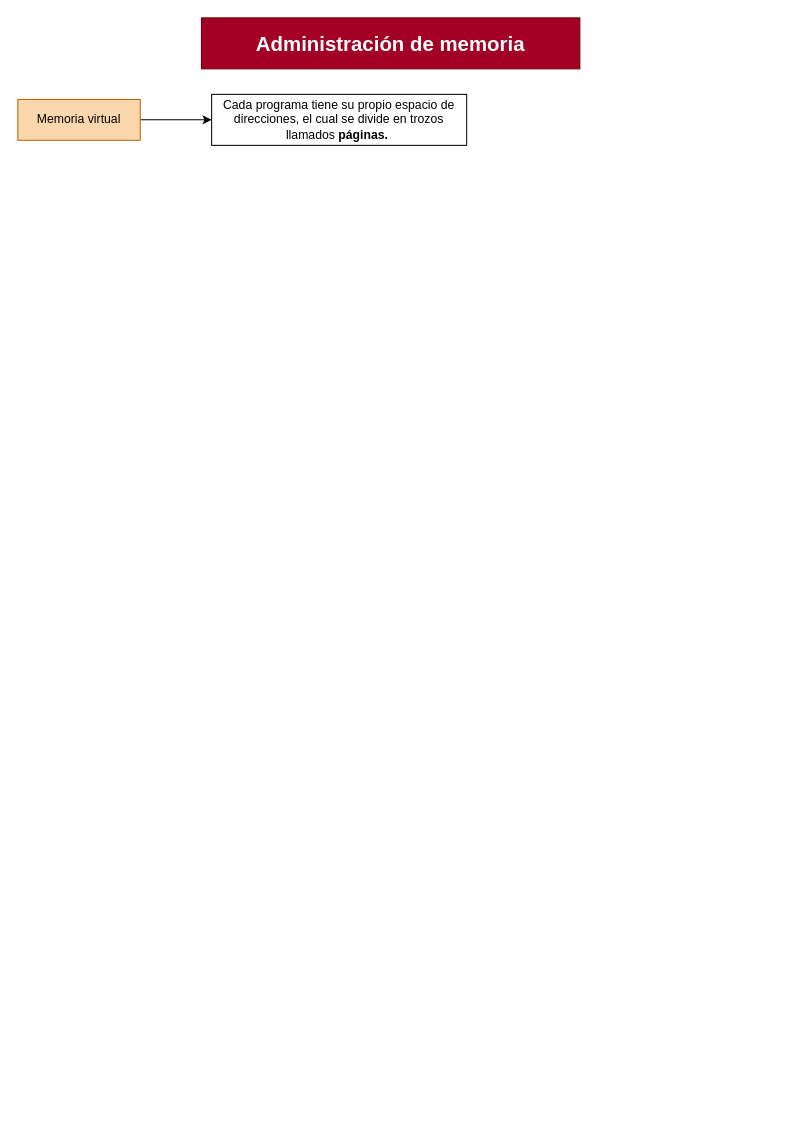
Before: page "Página-1" (1 of 2) of Sistemas Operativos 1/Clase 5 - Administración de memoria.drawio in RMSabrina/Apuntes-Universitarios, a draw.io diagram. Source tidied: cells renumbered, new cells numbered last; positions are measured from the earlier drawing's top-left corner, leaving out a move shared by most shapes. Both pictures are drawn from the tidied source at 102%, with x=0, y=0 at pixel (17, 17).
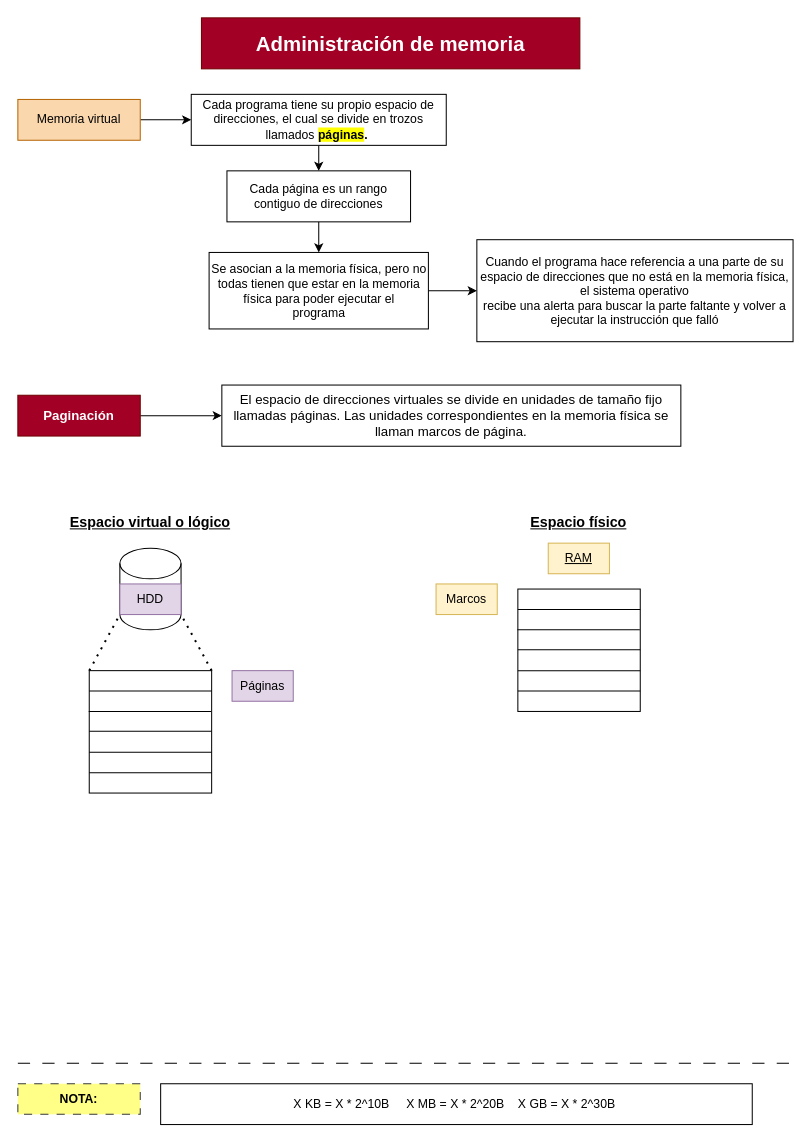
Above is the later version.

The edit, as a diff of the source:
```diff
@@
+    <mxCell id="6" style="edgeStyle=orthogonalEdgeStyle;rounded=0;jettySize=auto;html=1;exitX=0.5;exitY=1;exitDx=0;exitDy=0;" parent="1" edge="1" source="5" target="9">
+      <mxGeometry relative="1" as="geometry" />
+    </mxCell>
-    <mxCell id="5" value="Cada programa tiene su propio espacio de direcciones, el cual se divide en trozos llamados &lt;b&gt;páginas.&lt;/b&gt;&amp;nbsp;" style="rounded=0;whiteSpace=wrap;html=1;" parent="1" vertex="1">
-      <mxGeometry x="190" y="75" width="250" height="50" as="geometry" />
+    <mxCell id="5" value="Cada programa tiene su propio espacio de direcciones, el cual se divide en trozos llamados &lt;b&gt;&lt;span style=&quot;background-color: rgb(255, 255, 0);&quot;&gt;páginas&lt;/span&gt;.&lt;/b&gt;&amp;nbsp;" style="rounded=0;whiteSpace=wrap;html=1;" parent="1" vertex="1">
+      <mxGeometry x="170" y="75" width="250" height="50" as="geometry" />
     </mxCell>
+    <mxCell id="7" value="Cuando el programa hace referencia a una parte de su espacio de direcciones que &lt;span class=&quot;fontstyle2&quot;&gt;no &lt;/span&gt;&lt;span class=&quot;fontstyle0&quot;&gt;está en la memoria física, el sistema operativo&lt;br&gt;recibe una alerta para buscar la parte faltante y volver a ejecutar la instrucción que falló&lt;/span&gt; &lt;br/&gt;" style="rounded=0;whiteSpace=wrap;html=1;" parent="1" vertex="1">
+      <mxGeometry x="450" y="217.5" width="310" height="100" as="geometry" />
+    </mxCell>
+    <mxCell id="8" style="edgeStyle=orthogonalEdgeStyle;rounded=0;jettySize=auto;html=1;exitX=0.5;exitY=1;exitDx=0;exitDy=0;" parent="1" edge="1" source="9" target="11">
+      <mxGeometry relative="1" as="geometry" />
+    </mxCell>
+    <mxCell id="9" value="Cada página es un rango contiguo de direcciones &lt;br/&gt;" style="rounded=0;whiteSpace=wrap;html=1;" parent="1" vertex="1">
+      <mxGeometry x="205" y="150" width="180" height="50" as="geometry" />
+    </mxCell>
+    <mxCell id="10" style="edgeStyle=orthogonalEdgeStyle;rounded=0;jettySize=auto;html=1;exitX=1;exitY=0.5;exitDx=0;exitDy=0;entryX=0;entryY=0.5;entryDx=0;entryDy=0;" parent="1" edge="1" source="11" target="7">
+      <mxGeometry relative="1" as="geometry" />
+    </mxCell>
+    <mxCell id="11" value="Se asocian a la memoria física, pero no todas tienen que estar en la memoria física para poder ejecutar el&lt;br&gt;programa " style="rounded=0;whiteSpace=wrap;html=1;" parent="1" vertex="1">
+      <mxGeometry x="187.5" y="230" width="215" height="75" as="geometry" />
+    </mxCell>
+    <mxCell id="12" style="edgeStyle=orthogonalEdgeStyle;rounded=0;jettySize=auto;html=1;exitX=1;exitY=0.5;exitDx=0;exitDy=0;" parent="1" edge="1" source="13" target="14">
+      <mxGeometry relative="1" as="geometry" />
+    </mxCell>
+    <mxCell id="13" value="Paginación" style="rounded=0;whiteSpace=wrap;html=1;fillColor=#a20025;fontColor=#ffffff;strokeColor=#6F0000;fontSize=13;fontStyle=1;" parent="1" vertex="1">
+      <mxGeometry y="370" width="120" height="40" as="geometry" />
+    </mxCell>
+    <mxCell id="14" value="&lt;span style=&quot;font-weight: normal;&quot;&gt;El espacio de direcciones virtuales se divide en unidades de tamaño fijo llamadas páginas. Las unidades correspondientes en la memoria física se llaman marcos de página.&lt;/span&gt;" style="rounded=0;whiteSpace=wrap;html=1;fontSize=13;fontStyle=1;" parent="1" vertex="1">
+      <mxGeometry x="200" y="360" width="450" height="60" as="geometry" />
+    </mxCell>
+    <mxCell id="15" style="shape=cylinder3;whiteSpace=wrap;html=1;boundedLbl=1;backgroundOutline=1;size=15;" parent="1" vertex="1">
+      <mxGeometry x="100" y="520" width="60" height="80" as="geometry" />
+    </mxCell>
+    <mxCell id="16" style="endArrow=none;dashed=1;html=1;dashPattern=1 3;strokeWidth=2;rounded=0;" parent="1" edge="1">
+      <mxGeometry relative="1" as="geometry">
+        <mxPoint x="70" y="640" as="sourcePoint" />
+        <mxPoint x="100" y="585" as="targetPoint" />
+      </mxGeometry>
+    </mxCell>
+    <mxCell id="17" style="endArrow=none;dashed=1;html=1;dashPattern=1 3;strokeWidth=2;rounded=0;" parent="1" edge="1">
+      <mxGeometry relative="1" as="geometry">
+        <mxPoint x="190" y="640" as="sourcePoint" />
+        <mxPoint x="160" y="585" as="targetPoint" />
+      </mxGeometry>
+    </mxCell>
+    <mxCell id="18" style="whiteSpace=wrap;html=1;" parent="1" vertex="1">
+      <mxGeometry x="70" y="640" width="120" height="120" as="geometry" />
+    </mxCell>
+    <mxCell id="19" style="endArrow=none;html=1;rounded=0;" parent="1" edge="1">
+      <mxGeometry relative="1" as="geometry">
+        <mxPoint x="70" y="660" as="sourcePoint" />
+        <mxPoint x="190" y="660" as="targetPoint" />
+      </mxGeometry>
+    </mxCell>
+    <mxCell id="20" style="endArrow=none;html=1;rounded=0;" parent="1" edge="1">
+      <mxGeometry relative="1" as="geometry">
+        <mxPoint x="69.5" y="680" as="sourcePoint" />
+        <mxPoint x="189.5" y="680" as="targetPoint" />
+      </mxGeometry>
+    </mxCell>
+    <mxCell id="21" style="endArrow=none;html=1;rounded=0;" parent="1" edge="1">
+      <mxGeometry relative="1" as="geometry">
+        <mxPoint x="70" y="699.5" as="sourcePoint" />
+        <mxPoint x="190" y="699.5" as="targetPoint" />
+      </mxGeometry>
+    </mxCell>
+    <mxCell id="22" style="endArrow=none;html=1;rounded=0;" parent="1" edge="1">
+      <mxGeometry relative="1" as="geometry">
+        <mxPoint x="70" y="720" as="sourcePoint" />
+        <mxPoint x="190" y="720" as="targetPoint" />
+      </mxGeometry>
+    </mxCell>
+    <mxCell id="23" style="endArrow=none;html=1;rounded=0;" parent="1" edge="1">
+      <mxGeometry relative="1" as="geometry">
+        <mxPoint x="70" y="740" as="sourcePoint" />
+        <mxPoint x="190" y="740" as="targetPoint" />
+      </mxGeometry>
+    </mxCell>
+    <mxCell id="24" value="HDD" style="text;html=1;strokeColor=#9673a6;fillColor=#e1d5e7;align=center;verticalAlign=middle;whiteSpace=wrap;rounded=0;" parent="1" vertex="1">
+      <mxGeometry x="100" y="555" width="60" height="30" as="geometry" />
+    </mxCell>
+    <mxCell id="25" value="Espacio virtual o lógico" style="text;html=1;strokeColor=none;fillColor=none;align=center;verticalAlign=middle;whiteSpace=wrap;rounded=0;fontSize=14;fontStyle=5;" parent="1" vertex="1">
+      <mxGeometry x="50" y="480" width="160" height="30" as="geometry" />
+    </mxCell>
+    <mxCell id="26" value="Espacio físico" style="text;html=1;strokeColor=none;fillColor=none;align=center;verticalAlign=middle;whiteSpace=wrap;rounded=0;fontSize=14;fontStyle=5;" parent="1" vertex="1">
+      <mxGeometry x="470" y="480" width="160" height="30" as="geometry" />
+    </mxCell>
+    <mxCell id="27" style="whiteSpace=wrap;html=1;" parent="1" vertex="1">
+      <mxGeometry x="490.2" y="560" width="120" height="120" as="geometry" />
+    </mxCell>
+    <mxCell id="28" style="endArrow=none;html=1;rounded=0;" parent="1" edge="1">
+      <mxGeometry relative="1" as="geometry">
+        <mxPoint x="490.2" y="580" as="sourcePoint" />
+        <mxPoint x="610.2" y="580" as="targetPoint" />
+      </mxGeometry>
+    </mxCell>
+    <mxCell id="29" style="endArrow=none;html=1;rounded=0;" parent="1" edge="1">
+      <mxGeometry relative="1" as="geometry">
+        <mxPoint x="489.8" y="600" as="sourcePoint" />
+        <mxPoint x="609.8" y="600" as="targetPoint" />
+      </mxGeometry>
+    </mxCell>
+    <mxCell id="30" style="endArrow=none;html=1;rounded=0;" parent="1" edge="1">
+      <mxGeometry relative="1" as="geometry">
+        <mxPoint x="490.2" y="619.5" as="sourcePoint" />
+        <mxPoint x="610.2" y="619.5" as="targetPoint" />
+      </mxGeometry>
+    </mxCell>
+    <mxCell id="31" style="endArrow=none;html=1;rounded=0;" parent="1" edge="1">
+      <mxGeometry relative="1" as="geometry">
+        <mxPoint x="490.2" y="640" as="sourcePoint" />
+        <mxPoint x="610.2" y="640" as="targetPoint" />
+      </mxGeometry>
+    </mxCell>
+    <mxCell id="32" style="endArrow=none;html=1;rounded=0;" parent="1" edge="1">
+      <mxGeometry relative="1" as="geometry">
+        <mxPoint x="490.2" y="660" as="sourcePoint" />
+        <mxPoint x="610.2" y="660" as="targetPoint" />
+      </mxGeometry>
+    </mxCell>
+    <mxCell id="33" value="RAM" style="text;html=1;strokeColor=#d6b656;fillColor=#fff2cc;align=center;verticalAlign=middle;whiteSpace=wrap;rounded=0;fontStyle=4;" parent="1" vertex="1">
+      <mxGeometry x="520" y="515" width="60" height="30" as="geometry" />
+    </mxCell>
+    <mxCell id="34" value="Marcos" style="text;html=1;strokeColor=#d6b656;fillColor=#fff2cc;align=center;verticalAlign=middle;whiteSpace=wrap;rounded=0;" parent="1" vertex="1">
+      <mxGeometry x="410" y="555" width="60" height="30" as="geometry" />
+    </mxCell>
+    <mxCell id="35" value="Páginas" style="text;html=1;strokeColor=#9673a6;fillColor=#e1d5e7;align=center;verticalAlign=middle;whiteSpace=wrap;rounded=0;" parent="1" vertex="1">
+      <mxGeometry x="210" y="640" width="60" height="30" as="geometry" />
+    </mxCell>
+    <mxCell id="36" value="X KB = X * 2^10B&amp;nbsp; &lt;span style=&quot;white-space: pre;&quot;&gt; &lt;/span&gt;&amp;nbsp;&lt;span style=&quot;white-space: pre;&quot;&gt; &lt;/span&gt;X MB = X * 2^20B &lt;span style=&quot;white-space: pre;&quot;&gt; &lt;span style=&quot;white-space: pre;&quot;&gt; &lt;/span&gt;&lt;/span&gt; X GB = X * 2^30B&amp;nbsp;" style="text;html=1;align=center;verticalAlign=middle;whiteSpace=wrap;rounded=0;strokeColor=default;" parent="1" vertex="1">
+      <mxGeometry x="140" y="1045" width="580" height="40" as="geometry" />
+    </mxCell>
+    <mxCell id="37" value="NOTA:" style="rounded=0;whiteSpace=wrap;html=1;fillColor=#ffff88;strokeColor=#36393d;dashed=1;dashPattern=8 8;fontStyle=1;" parent="1" vertex="1">
+      <mxGeometry y="1045" width="120" height="30" as="geometry" />
+    </mxCell>
+    <mxCell id="38" style="endArrow=none;html=1;rounded=0;dashed=1;dashPattern=12 12;" parent="1" edge="1">
+      <mxGeometry relative="1" as="geometry">
+        <mxPoint y="1025" as="sourcePoint" />
+        <mxPoint x="760" y="1025" as="targetPoint" />
+      </mxGeometry>
+    </mxCell>
```
